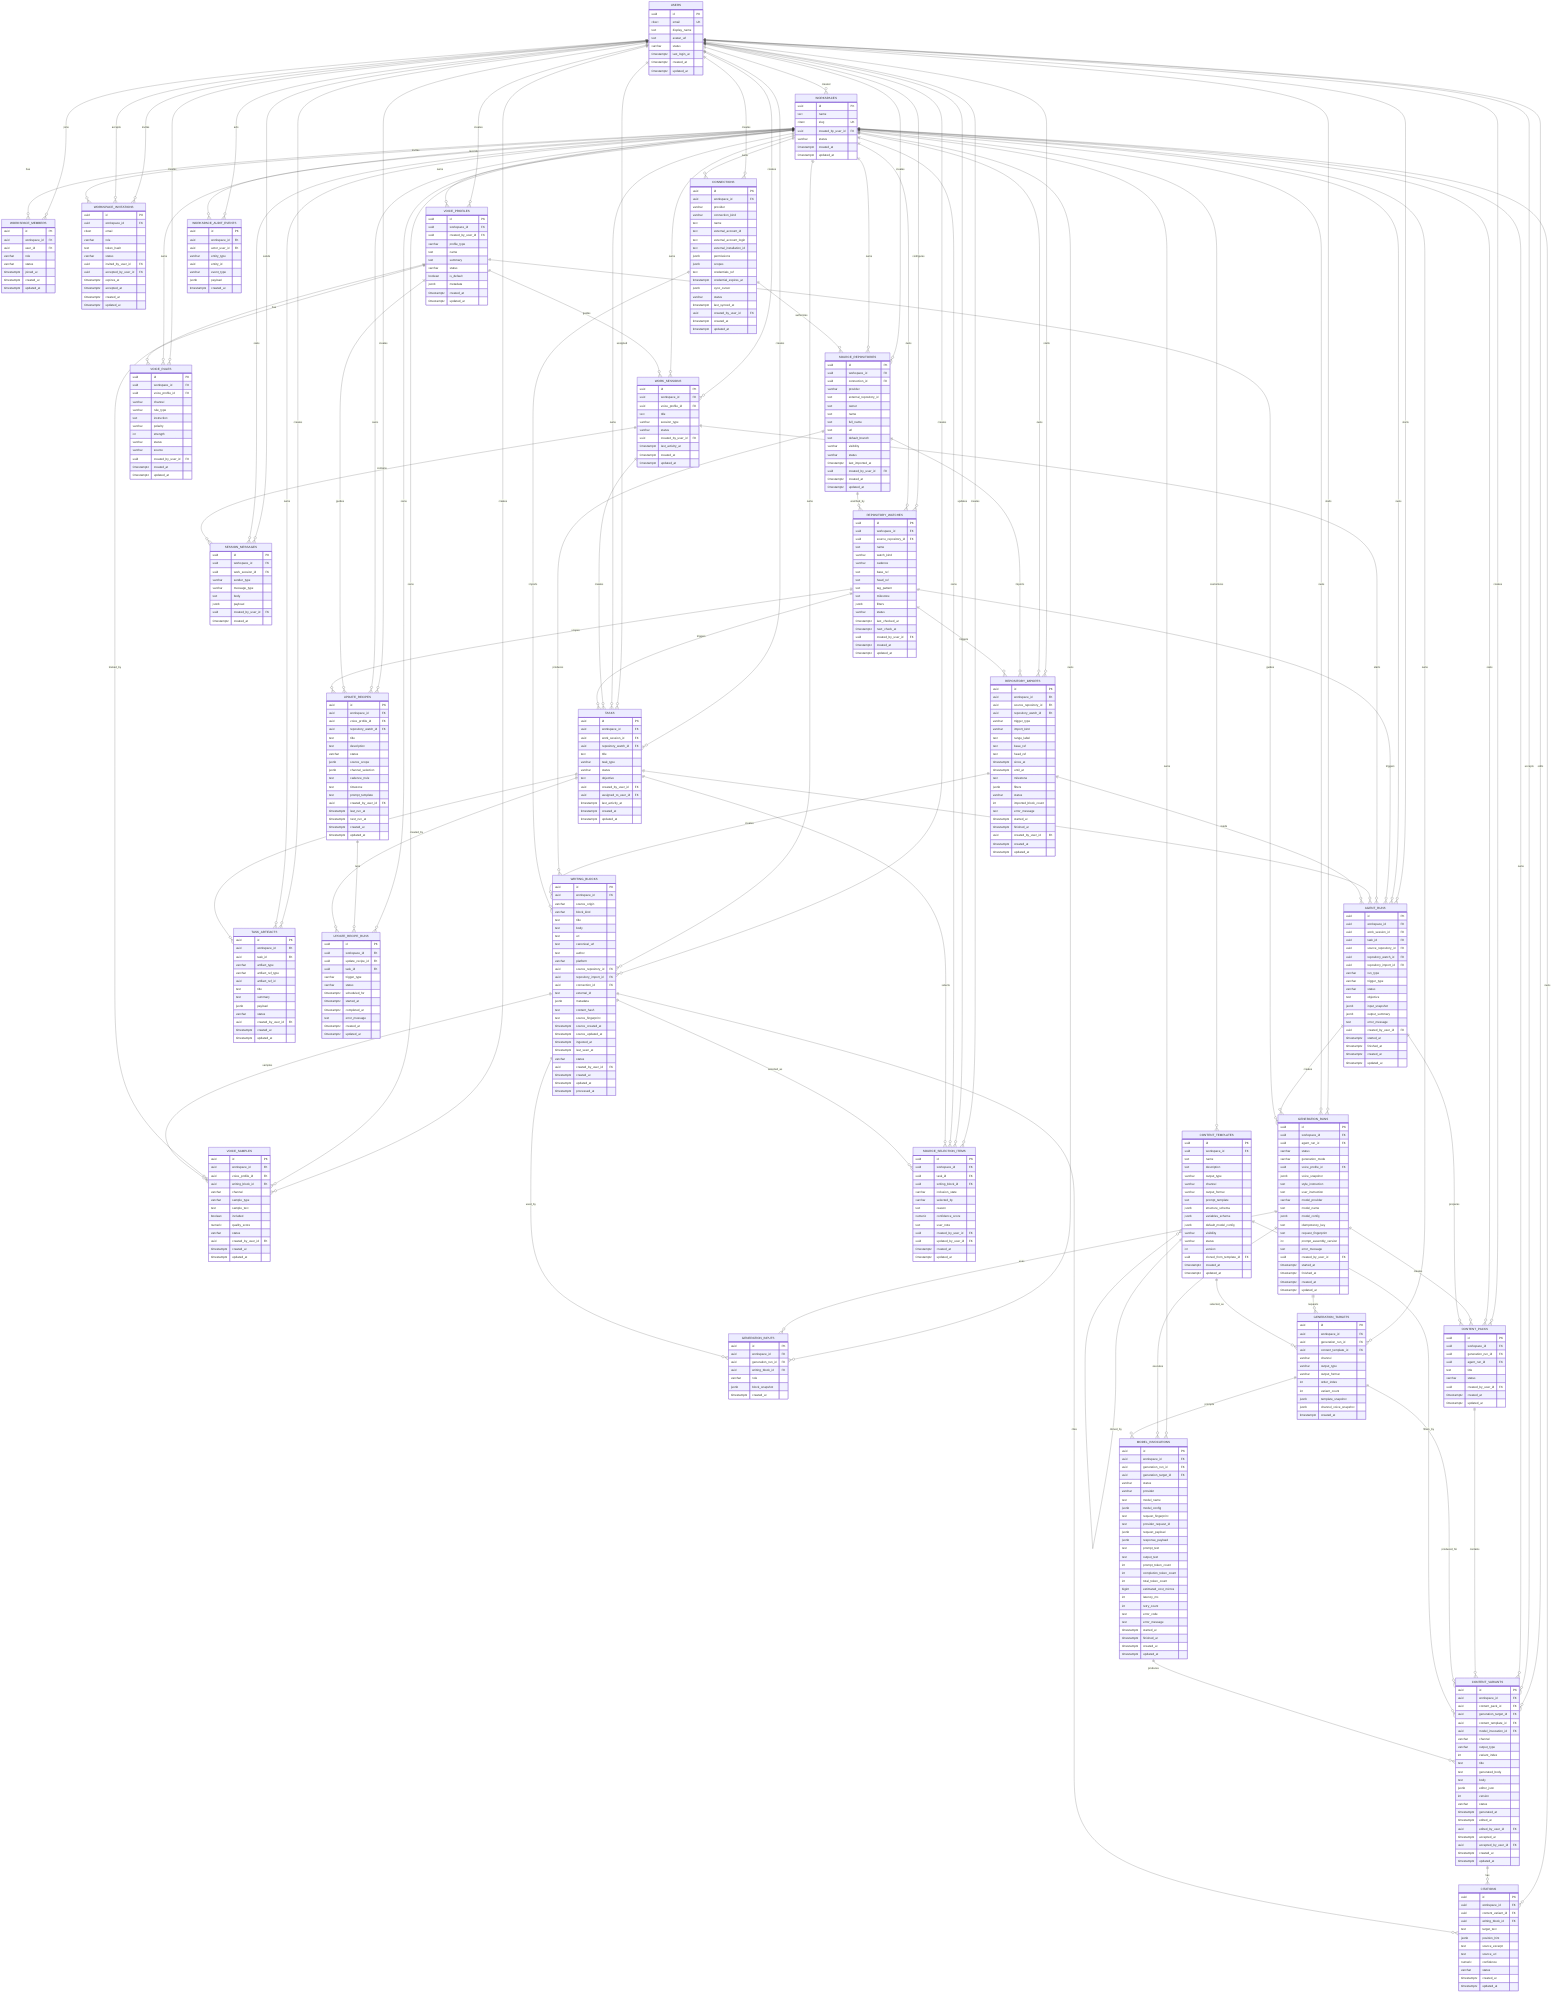
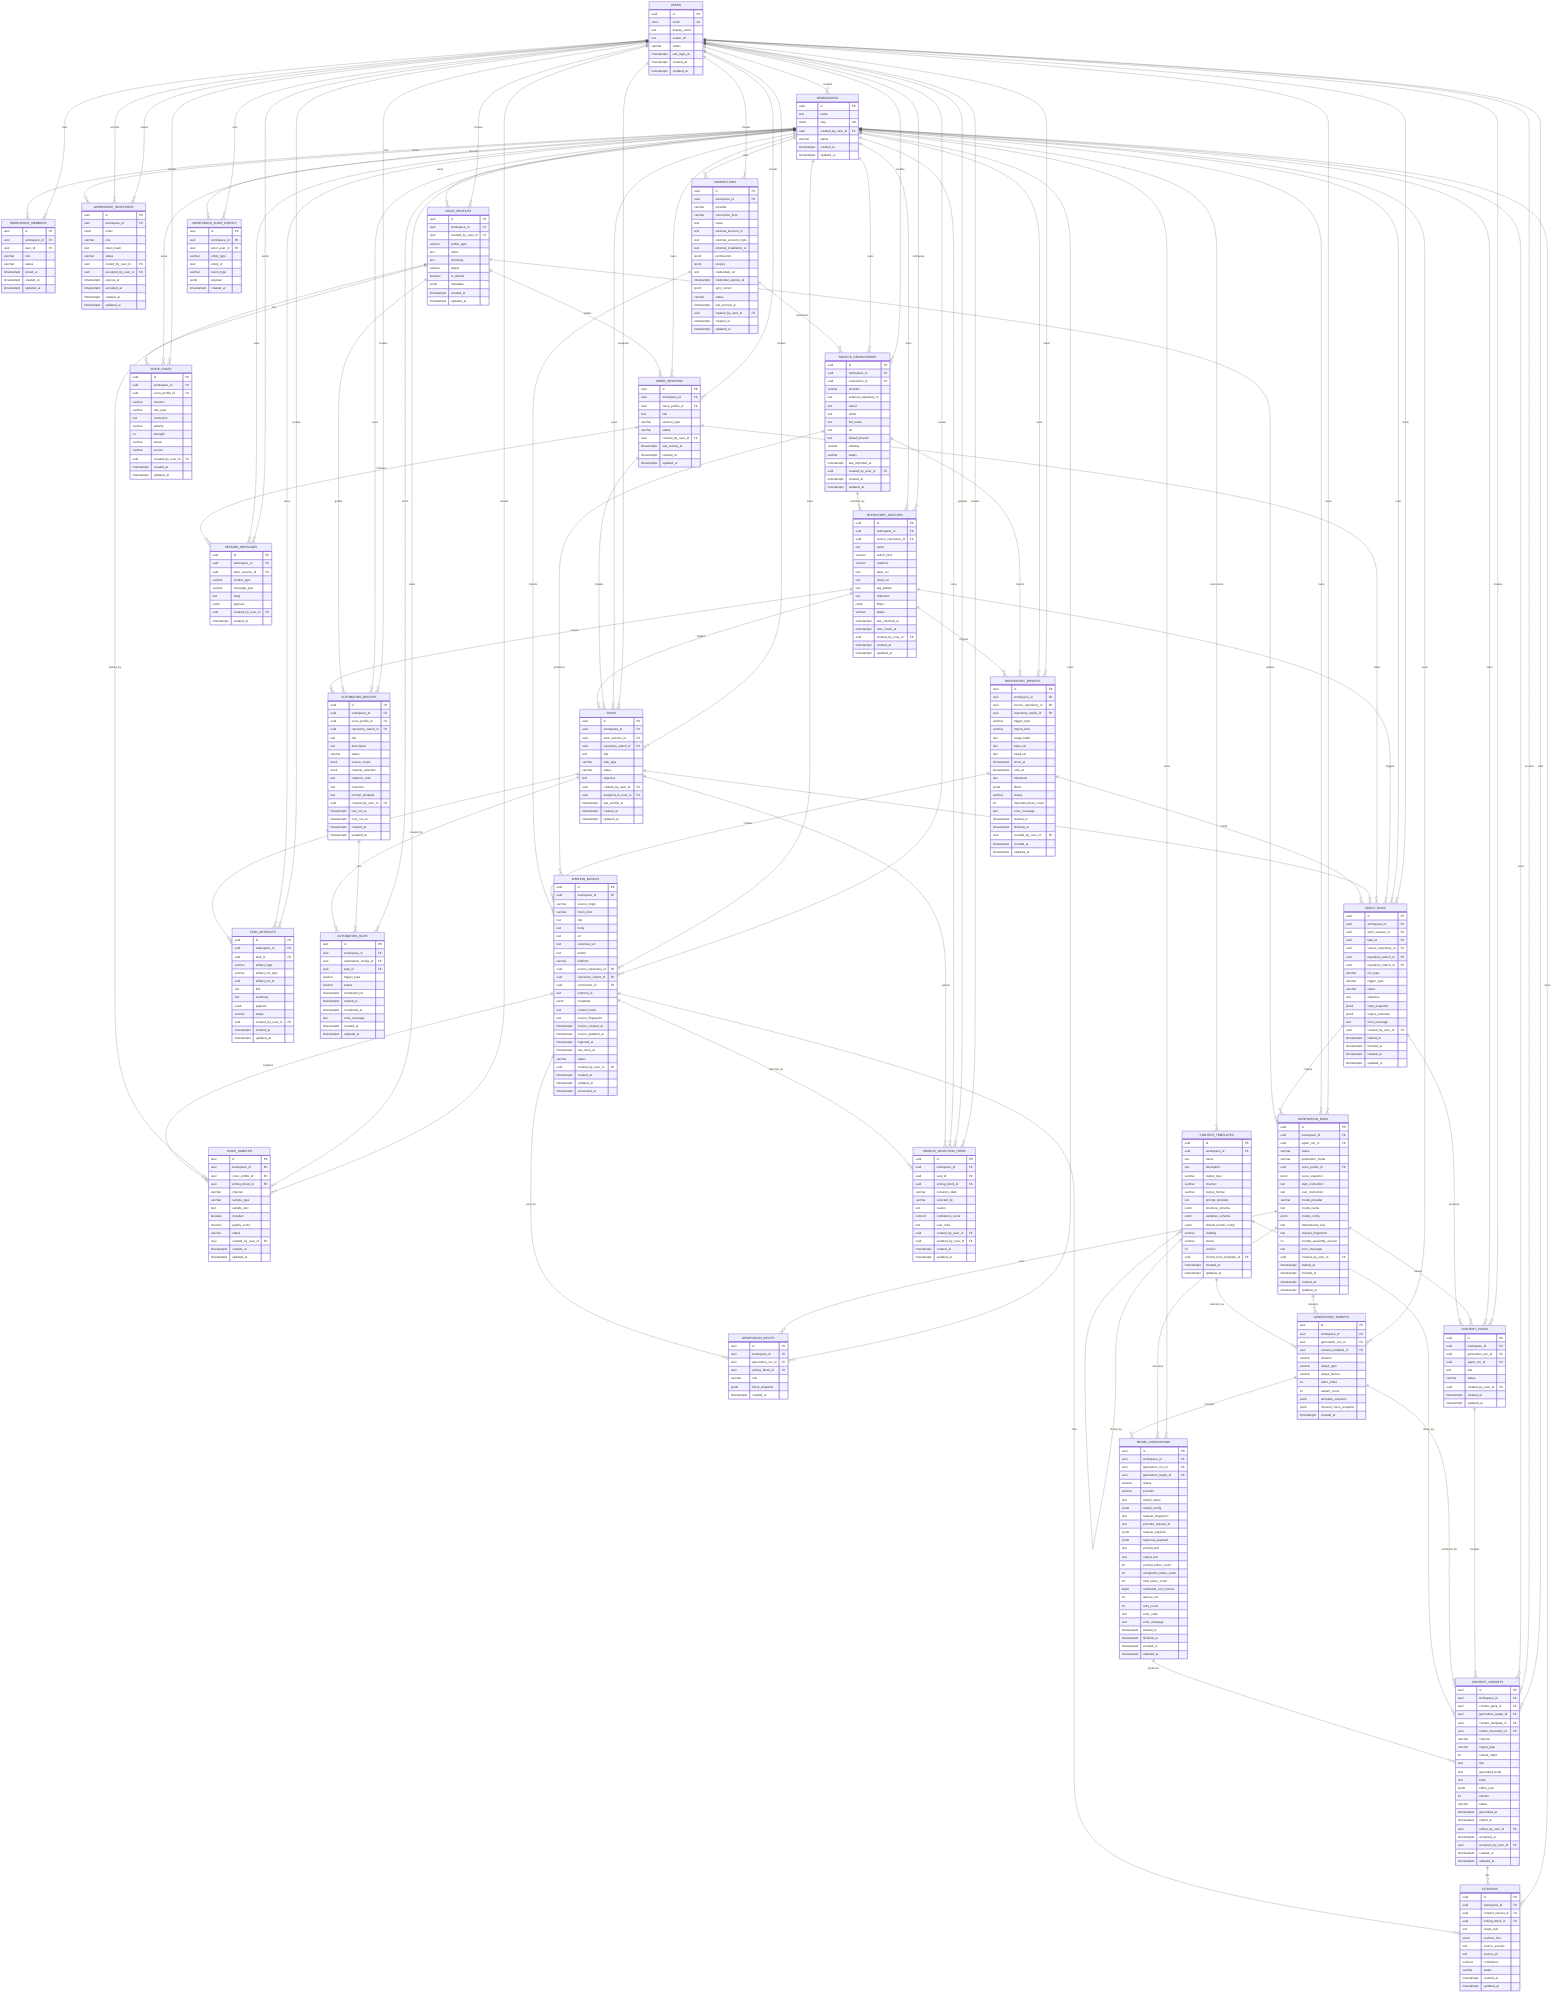
erDiagram
    USERS {
        uuid id PK
        citext email UK
        text display_name
        text avatar_url
        varchar status
        timestamptz last_login_at
        timestamptz created_at
        timestamptz updated_at
    }

    WORKSPACES {
        uuid id PK
        text name
        citext slug UK
        uuid created_by_user_id FK
        varchar status
        timestamptz created_at
        timestamptz updated_at
    }

    WORKSPACE_MEMBERS {
        uuid id PK
        uuid workspace_id FK
        uuid user_id FK
        varchar role
        varchar status
        timestamptz joined_at
        timestamptz created_at
        timestamptz updated_at
    }

    WORKSPACE_INVITATIONS {
        uuid id PK
        uuid workspace_id FK
        citext email
        varchar role
        text token_hash
        varchar status
        uuid invited_by_user_id FK
        uuid accepted_by_user_id FK
        timestamptz expires_at
        timestamptz accepted_at
        timestamptz created_at
        timestamptz updated_at
    }

    SOURCE_REPOSITORIES {
        uuid id PK
        uuid workspace_id FK
        uuid connection_id FK
        varchar provider
        text external_repository_id
        text owner
        text name
        text full_name
        text url
        text default_branch
        varchar visibility
        varchar status
        timestamptz last_imported_at
        uuid created_by_user_id FK
        timestamptz created_at
        timestamptz updated_at
    }

    REPOSITORY_WATCHES {
        uuid id PK
        uuid workspace_id FK
        uuid source_repository_id FK
        text name
        varchar watch_kind
        varchar cadence
        text base_ref
        text head_ref
        text tag_pattern
        text milestone
        jsonb filters
        varchar status
        timestamptz last_checked_at
        timestamptz next_check_at
        uuid created_by_user_id FK
        timestamptz created_at
        timestamptz updated_at
    }

    REPOSITORY_IMPORTS {
        uuid id PK
        uuid workspace_id FK
        uuid source_repository_id FK
        uuid repository_watch_id FK
        varchar trigger_type
        varchar import_kind
        text range_label
        text base_ref
        text head_ref
        timestamptz since_at
        timestamptz until_at
        text milestone
        jsonb filters
        varchar status
        int imported_block_count
        text error_message
        timestamptz started_at
        timestamptz finished_at
        uuid created_by_user_id FK
        timestamptz created_at
        timestamptz updated_at
    }

    CONNECTIONS {
        uuid id PK
        uuid workspace_id FK
        varchar provider
        varchar connection_kind
        text name
        text external_account_id
        text external_account_login
        text external_installation_id
        jsonb permissions
        jsonb scopes
        text credentials_ref
        timestamptz credential_expires_at
        jsonb sync_cursor
        varchar status
        timestamptz last_synced_at
        uuid created_by_user_id FK
        timestamptz created_at
        timestamptz updated_at
    }

    WRITING_BLOCKS {
        uuid id PK
        uuid workspace_id FK
        varchar source_origin
        varchar block_kind
        text title
        text body
        text url
        text canonical_url
        text author
        varchar platform
        uuid source_repository_id FK
        uuid repository_import_id FK
        uuid connection_id FK
        text external_id
        jsonb metadata
        text content_hash
        text source_fingerprint
        timestamptz source_created_at
        timestamptz source_updated_at
        timestamptz ingested_at
        timestamptz last_seen_at
        varchar status
        uuid created_by_user_id FK
        timestamptz created_at
        timestamptz updated_at
        timestamptz processed_at
    }

    VOICE_PROFILES {
        uuid id PK
        uuid workspace_id FK
        uuid created_by_user_id FK
        varchar profile_type
        text name
        text summary
        varchar status
        boolean is_default
        jsonb metadata
        timestamptz created_at
        timestamptz updated_at
    }

    VOICE_SAMPLES {
        uuid id PK
        uuid workspace_id FK
        uuid voice_profile_id FK
        uuid writing_block_id FK
        varchar channel
        varchar sample_type
        text sample_text
        boolean included
        numeric quality_score
        varchar status
        uuid created_by_user_id FK
        timestamptz created_at
        timestamptz updated_at
    }

    VOICE_RULES {
        uuid id PK
        uuid workspace_id FK
        uuid voice_profile_id FK
        varchar channel
        varchar rule_type
        text instruction
        varchar polarity
        int strength
        varchar status
        varchar source
        uuid created_by_user_id FK
        timestamptz created_at
        timestamptz updated_at
    }

    CONTENT_TEMPLATES {
        uuid id PK
        uuid workspace_id FK
        text name
        text description
        varchar output_type
        varchar channel
        varchar output_format
        text prompt_template
        jsonb structure_schema
        jsonb variables_schema
        jsonb default_model_config
        varchar visibility
        varchar status
        int version
        uuid cloned_from_template_id FK
        timestamptz created_at
        timestamptz updated_at
    }

    WORK_SESSIONS {
        uuid id PK
        uuid workspace_id FK
        uuid voice_profile_id FK
        text title
        varchar session_type
        varchar status
        uuid created_by_user_id FK
        timestamptz last_activity_at
        timestamptz created_at
        timestamptz updated_at
    }

    SESSION_MESSAGES {
        uuid id PK
        uuid workspace_id FK
        uuid work_session_id FK
        varchar sender_type
        varchar message_type
        text body
        jsonb payload
        uuid created_by_user_id FK
        timestamptz created_at
    }

    TASKS {
        uuid id PK
        uuid workspace_id FK
        uuid work_session_id FK
        uuid repository_watch_id FK
        text title
        varchar task_type
        varchar status
        text objective
        uuid created_by_user_id FK
        uuid assigned_to_user_id FK
        timestamptz last_activity_at
        timestamptz created_at
        timestamptz updated_at
    }

    TASK_ARTIFACTS {
        uuid id PK
        uuid workspace_id FK
        uuid task_id FK
        varchar artifact_type
        varchar artifact_ref_type
        uuid artifact_ref_id
        text title
        text summary
        jsonb payload
        varchar status
        uuid created_by_user_id FK
        timestamptz created_at
        timestamptz updated_at
    }

    SOURCE_SELECTION_ITEMS {
        uuid id PK
        uuid workspace_id FK
        uuid task_id FK
        uuid writing_block_id FK
        varchar inclusion_state
        varchar selected_by
        text reason
        numeric confidence_score
        text user_note
        uuid created_by_user_id FK
        uuid updated_by_user_id FK
        timestamptz created_at
        timestamptz updated_at
    }

-     UPDATE_RECIPES {
+     AUTOMATION_RECIPES {
        uuid id PK
        uuid workspace_id FK
        uuid voice_profile_id FK
        uuid repository_watch_id FK
        text title
        text description
        varchar status
        jsonb source_scope
        jsonb channel_selection
        text cadence_rrule
        text timezone
        text prompt_template
        uuid created_by_user_id FK
        timestamptz last_run_at
        timestamptz next_run_at
        timestamptz created_at
        timestamptz updated_at
    }

-     UPDATE_RECIPE_RUNS {
-         uuid id PK
-         uuid workspace_id FK
-         uuid update_recipe_id FK
+     AUTOMATION_RUNS {
+         uuid id PK
+         uuid workspace_id FK
+         uuid automation_recipe_id FK
        uuid task_id FK
        varchar trigger_type
        varchar status
        timestamptz scheduled_for
        timestamptz started_at
        timestamptz completed_at
        text error_message
        timestamptz created_at
        timestamptz updated_at
    }

    AGENT_RUNS {
        uuid id PK
        uuid workspace_id FK
        uuid work_session_id FK
        uuid task_id FK
        uuid source_repository_id FK
        uuid repository_watch_id FK
        uuid repository_import_id FK
        varchar run_type
        varchar trigger_type
        varchar status
        text objective
        jsonb input_snapshot
        jsonb output_summary
        text error_message
        uuid created_by_user_id FK
        timestamptz started_at
        timestamptz finished_at
        timestamptz created_at
        timestamptz updated_at
    }

    GENERATION_RUNS {
        uuid id PK
        uuid workspace_id FK
        uuid agent_run_id FK
        varchar status
        varchar generation_mode
        uuid voice_profile_id FK
        jsonb voice_snapshot
        text style_instruction
        text user_instruction
        varchar model_provider
        text model_name
        jsonb model_config
        text idempotency_key
        text request_fingerprint
        int prompt_assembly_version
        text error_message
        uuid created_by_user_id FK
        timestamptz started_at
        timestamptz finished_at
        timestamptz created_at
        timestamptz updated_at
    }

    GENERATION_INPUTS {
        uuid id PK
        uuid workspace_id FK
        uuid generation_run_id FK
        uuid writing_block_id FK
        varchar role
        jsonb block_snapshot
        timestamptz created_at
    }

    GENERATION_TARGETS {
        uuid id PK
        uuid workspace_id FK
        uuid generation_run_id FK
        uuid content_template_id FK
        varchar channel
        varchar output_type
        varchar output_format
        int order_index
        int variant_count
        jsonb template_snapshot
        jsonb channel_voice_snapshot
        timestamptz created_at
    }

    MODEL_INVOCATIONS {
        uuid id PK
        uuid workspace_id FK
        uuid generation_run_id FK
        uuid generation_target_id FK
        varchar status
        varchar provider
        text model_name
        jsonb model_config
        text request_fingerprint
        text provider_request_id
        jsonb request_payload
        jsonb response_payload
        text prompt_text
        text output_text
        int prompt_token_count
        int completion_token_count
        int total_token_count
        bigint estimated_cost_micros
        int latency_ms
        int retry_count
        text error_code
        text error_message
        timestamptz started_at
        timestamptz finished_at
        timestamptz created_at
        timestamptz updated_at
    }

    CONTENT_PACKS {
        uuid id PK
        uuid workspace_id FK
        uuid generation_run_id FK
        uuid agent_run_id FK
        text title
        varchar status
        uuid created_by_user_id FK
        timestamptz created_at
        timestamptz updated_at
    }

    CONTENT_VARIANTS {
        uuid id PK
        uuid workspace_id FK
        uuid content_pack_id FK
        uuid generation_target_id FK
        uuid content_template_id FK
        uuid model_invocation_id FK
        varchar channel
        varchar output_type
        int variant_index
        text title
        text generated_body
        text body
        jsonb editor_json
        int version
        varchar status
        timestamptz generated_at
        timestamptz edited_at
        uuid edited_by_user_id FK
        timestamptz accepted_at
        uuid accepted_by_user_id FK
        timestamptz created_at
        timestamptz updated_at
    }

    CITATIONS {
        uuid id PK
        uuid workspace_id FK
        uuid content_variant_id FK
        uuid writing_block_id FK
        text target_text
        jsonb position_hint
        text source_excerpt
        text source_url
        numeric confidence
        varchar status
        timestamptz created_at
        timestamptz updated_at
    }

    WORKSPACE_AUDIT_EVENTS {
        uuid id PK
        uuid workspace_id FK
        uuid actor_user_id FK
        varchar entity_type
        uuid entity_id
        varchar event_type
        jsonb payload
        timestamptz created_at
    }

    USERS ||--o{ WORKSPACES : created
    USERS ||--o{ WORKSPACE_MEMBERS : joins
    USERS ||--o{ WORKSPACE_INVITATIONS : invites
    USERS ||--o{ WORKSPACE_INVITATIONS : accepts
    USERS ||--o{ SOURCE_REPOSITORIES : creates
    USERS ||--o{ REPOSITORY_WATCHES : configures
    USERS ||--o{ REPOSITORY_IMPORTS : starts
    USERS ||--o{ CONNECTIONS : creates
    USERS ||--o{ WRITING_BLOCKS : creates
    USERS ||--o{ VOICE_PROFILES : creates
    USERS ||--o{ VOICE_SAMPLES : creates
    USERS ||--o{ VOICE_RULES : creates
    USERS ||--o{ WORK_SESSIONS : creates
    USERS ||--o{ SESSION_MESSAGES : sends
    USERS ||--o{ TASKS : creates
    USERS ||--o{ TASKS : assigned
    USERS ||--o{ TASK_ARTIFACTS : creates
    USERS ||--o{ SOURCE_SELECTION_ITEMS : creates
    USERS ||--o{ SOURCE_SELECTION_ITEMS : updates
-     USERS ||--o{ UPDATE_RECIPES : creates
+     USERS ||--o{ AUTOMATION_RECIPES : creates
    USERS ||--o{ AGENT_RUNS : starts
    USERS ||--o{ GENERATION_RUNS : starts
    USERS ||--o{ CONTENT_PACKS : creates
    USERS ||--o{ CONTENT_VARIANTS : edits
    USERS ||--o{ CONTENT_VARIANTS : accepts
    USERS ||--o{ WORKSPACE_AUDIT_EVENTS : acts

    WORKSPACES ||--o{ WORKSPACE_MEMBERS : has
    WORKSPACES ||--o{ WORKSPACE_INVITATIONS : invites
    WORKSPACES ||--o{ SOURCE_REPOSITORIES : owns
    WORKSPACES ||--o{ REPOSITORY_WATCHES : owns
    WORKSPACES ||--o{ REPOSITORY_IMPORTS : owns
    WORKSPACES ||--o{ CONNECTIONS : owns
    WORKSPACES ||--o{ WRITING_BLOCKS : owns
    WORKSPACES ||--o{ VOICE_PROFILES : owns
    WORKSPACES ||--o{ VOICE_SAMPLES : owns
    WORKSPACES ||--o{ VOICE_RULES : owns
    WORKSPACES ||--o{ CONTENT_TEMPLATES : customizes
    WORKSPACES ||--o{ WORK_SESSIONS : owns
    WORKSPACES ||--o{ SESSION_MESSAGES : owns
    WORKSPACES ||--o{ TASKS : owns
    WORKSPACES ||--o{ TASK_ARTIFACTS : owns
    WORKSPACES ||--o{ SOURCE_SELECTION_ITEMS : owns
-     WORKSPACES ||--o{ UPDATE_RECIPES : owns
-     WORKSPACES ||--o{ UPDATE_RECIPE_RUNS : owns
+     WORKSPACES ||--o{ AUTOMATION_RECIPES : owns
+     WORKSPACES ||--o{ AUTOMATION_RUNS : owns
    WORKSPACES ||--o{ AGENT_RUNS : owns
    WORKSPACES ||--o{ GENERATION_RUNS : owns
    WORKSPACES ||--o{ GENERATION_INPUTS : owns
    WORKSPACES ||--o{ GENERATION_TARGETS : owns
    WORKSPACES ||--o{ MODEL_INVOCATIONS : owns
    WORKSPACES ||--o{ CONTENT_PACKS : owns
    WORKSPACES ||--o{ CONTENT_VARIANTS : owns
    WORKSPACES ||--o{ CITATIONS : owns
    WORKSPACES ||--o{ WORKSPACE_AUDIT_EVENTS : records

    CONNECTIONS ||--o{ SOURCE_REPOSITORIES : authorizes
    SOURCE_REPOSITORIES ||--o{ REPOSITORY_WATCHES : watched_by
    SOURCE_REPOSITORIES ||--o{ REPOSITORY_IMPORTS : imports
    REPOSITORY_WATCHES ||--o{ REPOSITORY_IMPORTS : triggers
    SOURCE_REPOSITORIES ||--o{ WRITING_BLOCKS : produces
    REPOSITORY_IMPORTS ||--o{ WRITING_BLOCKS : creates
    CONNECTIONS ||--o{ WRITING_BLOCKS : imports
    VOICE_PROFILES ||--o{ VOICE_SAMPLES : trained_by
    WRITING_BLOCKS ||--o{ VOICE_SAMPLES : samples
    VOICE_PROFILES ||--o{ VOICE_RULES : has
    CONTENT_TEMPLATES ||--o{ CONTENT_TEMPLATES : cloned_by

    VOICE_PROFILES ||--o{ WORK_SESSIONS : guides
    WORK_SESSIONS ||--o{ SESSION_MESSAGES : contains
    WORK_SESSIONS ||--o{ TASKS : creates
    REPOSITORY_WATCHES ||--o{ TASKS : triggers
    TASKS ||--o{ TASK_ARTIFACTS : produces
    TASKS ||--o{ SOURCE_SELECTION_ITEMS : selects
    WRITING_BLOCKS ||--o{ SOURCE_SELECTION_ITEMS : selected_as
-     VOICE_PROFILES ||--o{ UPDATE_RECIPES : guides
-     REPOSITORY_WATCHES ||--o{ UPDATE_RECIPES : scopes
-     UPDATE_RECIPES ||--o{ UPDATE_RECIPE_RUNS : runs
-     TASKS ||--o{ UPDATE_RECIPE_RUNS : created_by
+     VOICE_PROFILES ||--o{ AUTOMATION_RECIPES : guides
+     REPOSITORY_WATCHES ||--o{ AUTOMATION_RECIPES : scopes
+     AUTOMATION_RECIPES ||--o{ AUTOMATION_RUNS : runs
+     TASKS ||--o{ AUTOMATION_RUNS : created_by

    REPOSITORY_WATCHES ||--o{ AGENT_RUNS : triggers
    WORK_SESSIONS ||--o{ AGENT_RUNS : starts
    TASKS ||--o{ AGENT_RUNS : executes
    REPOSITORY_IMPORTS ||--o{ AGENT_RUNS : feeds
    AGENT_RUNS ||--o{ GENERATION_RUNS : creates
    VOICE_PROFILES ||--o{ GENERATION_RUNS : guides
    GENERATION_RUNS ||--o{ GENERATION_INPUTS : uses
    WRITING_BLOCKS ||--o{ GENERATION_INPUTS : used_by
    GENERATION_RUNS ||--o{ GENERATION_TARGETS : requests
    CONTENT_TEMPLATES ||--o{ GENERATION_TARGETS : selected_as
    GENERATION_RUNS ||--o{ MODEL_INVOCATIONS : executes
    GENERATION_TARGETS ||--o{ MODEL_INVOCATIONS : prompts
    GENERATION_RUNS ||--o{ CONTENT_PACKS : creates
    AGENT_RUNS ||--o{ CONTENT_PACKS : prepares
    CONTENT_PACKS ||--o{ CONTENT_VARIANTS : contains
    GENERATION_TARGETS ||--o{ CONTENT_VARIANTS : produced_for
    CONTENT_TEMPLATES ||--o{ CONTENT_VARIANTS : filters_by
    MODEL_INVOCATIONS ||--o{ CONTENT_VARIANTS : produces
    CONTENT_VARIANTS ||--o{ CITATIONS : has
    WRITING_BLOCKS ||--o{ CITATIONS : cites
